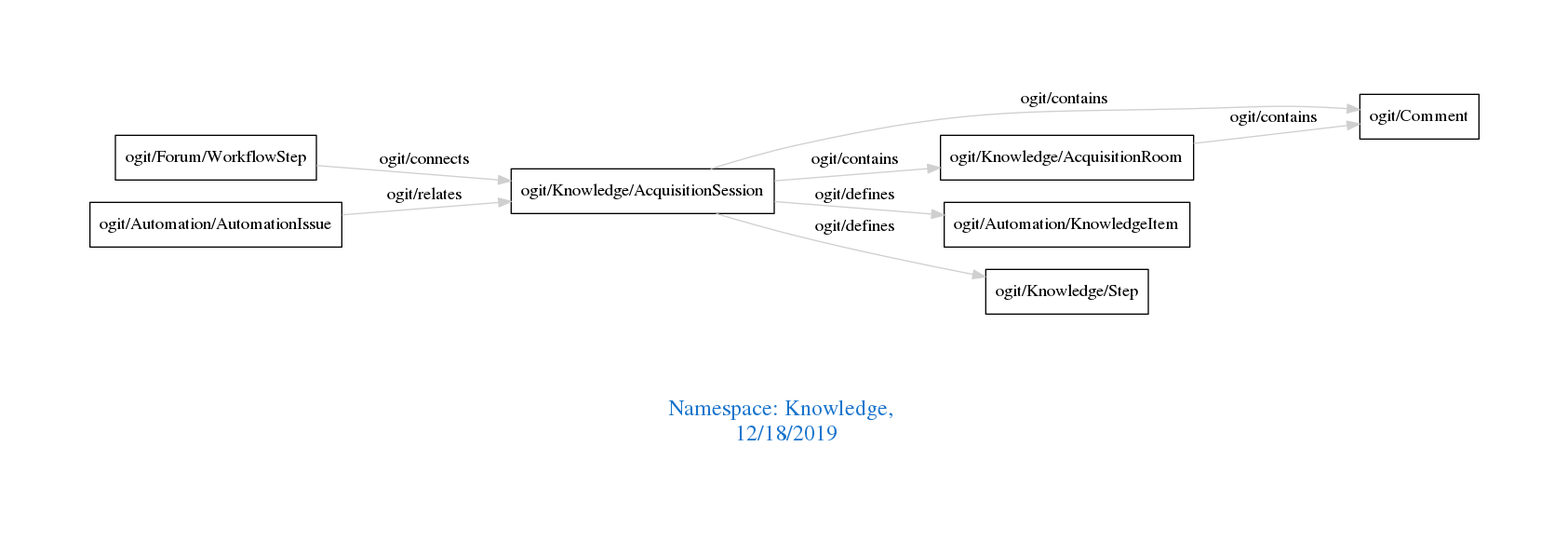
Before: downloads/Knowledge.png, a diagram exported from Graphviz (arago/OGIT). Its source is kept beside it as downloads/Knowledge.dot. Source of this version:
```dot
digraph OGIT_ontology {
 graph [ rankdir= LR,pad=1
fontsize = 18,
fontcolor= dodgerblue3,label = "\n\n\nNamespace: Knowledge, \n 12/18/2019"];
node[shape=polygon];
edge [  color="gray81"];

   "ogit/Knowledge/AcquisitionRoom" -> "ogit/Comment" [label="   ogit/contains    "];
   "ogit/Knowledge/AcquisitionSession" -> "ogit/Comment" [label="   ogit/contains    "];
   "ogit/Knowledge/AcquisitionSession" -> "ogit/Knowledge/AcquisitionRoom" [label="   ogit/contains    "];
   "ogit/Knowledge/AcquisitionSession" -> "ogit/Automation/KnowledgeItem" [label="   ogit/defines    "];
   "ogit/Knowledge/AcquisitionSession" -> "ogit/Knowledge/Step" [label="   ogit/defines    "];
   "ogit/Forum/WorkflowStep" -> "ogit/Knowledge/AcquisitionSession" [label="   ogit/connects    "];
   "ogit/Automation/AutomationIssue" -> "ogit/Knowledge/AcquisitionSession" [label="   ogit/relates    "];
}
```
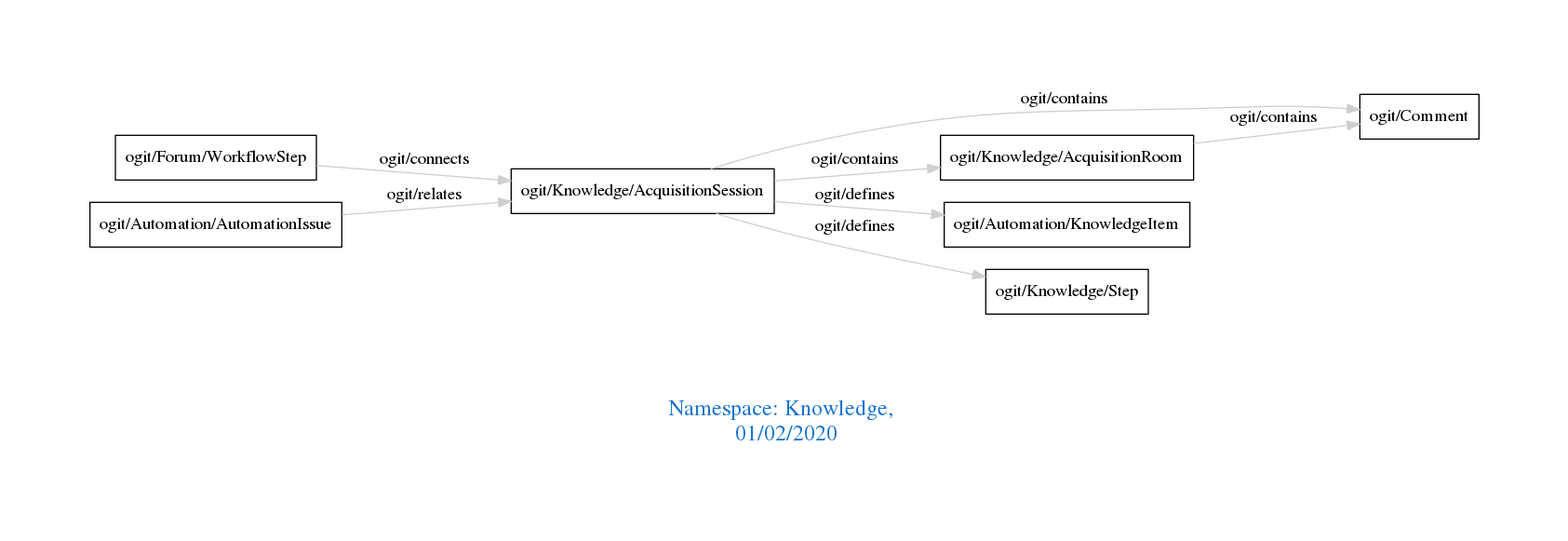
After the commit.

What changed in the source:
```diff
@@ -1,7 +1,7 @@
 digraph OGIT_ontology {
  graph [ rankdir= LR,pad=1
 fontsize = 18,
-fontcolor= dodgerblue3,label = "\n\n\nNamespace: Knowledge, \n 12/18/2019"];
+fontcolor= dodgerblue3,label = "\n\n\nNamespace: Knowledge, \n 01/02/2020"];
 node[shape=polygon];
 edge [  color="gray81"];
 
```
